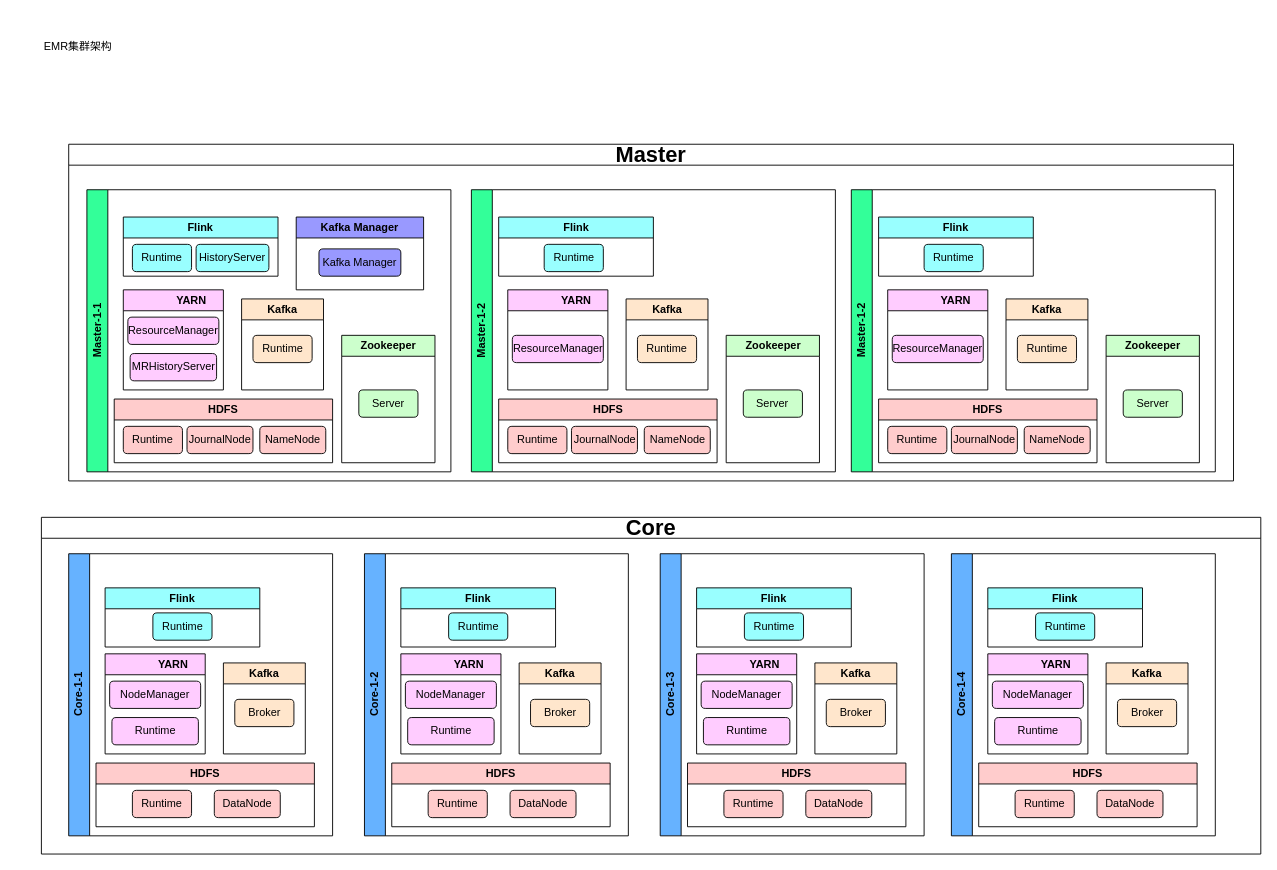
Above: 代码上线流程/EMR集群架构.drawio in JonStarkdu/drawio (draw.io), before the change. Source tidied: cells renumbered, new cells numbered last; positions are measured from the earlier drawing's top-left corner, leaving out a move shared by most shapes. Both pictures are drawn from the tidied source at 91%, with x=0, y=0 at pixel (32, 33).
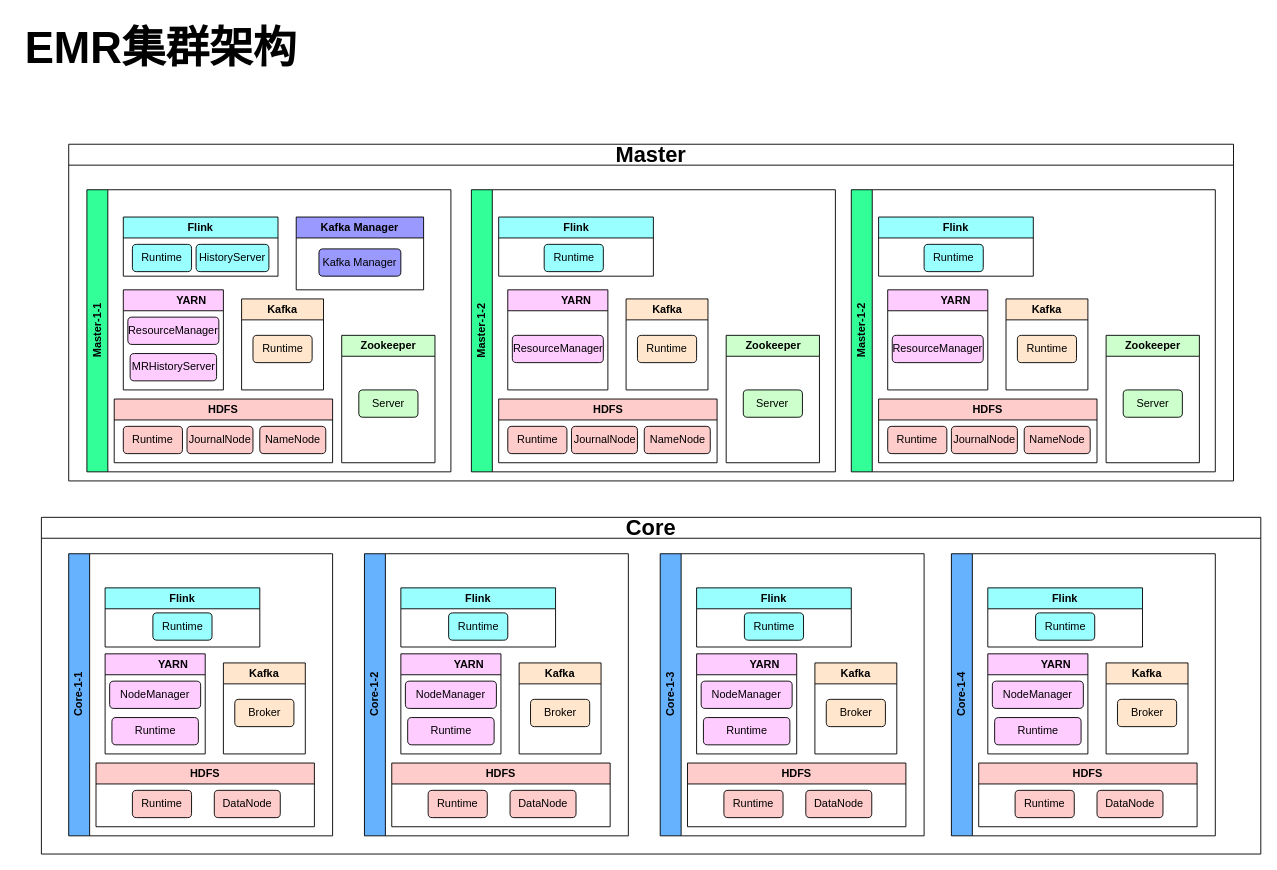
Above is the later version.

Commit message (it also covers changes not shown here):
更新EMR集群架构.drawio

The edit, as a diff of the source:
```diff
@@
-    <mxCell id="91" value="EMR集群架构" style="text;html=1;align=center;verticalAlign=middle;strokeColor=none;fillColor=none;" parent="1" vertex="1">
-      <mxGeometry width="100" height="30" as="geometry" />
+    <mxCell id="91" value="&lt;font style=&quot;font-size: 48px;&quot;&gt;&lt;b&gt;EMR集群架构&lt;/b&gt;&lt;/font&gt;" style="text;html=1;align=center;verticalAlign=middle;strokeColor=none;fillColor=none;" parent="1" vertex="1">
+      <mxGeometry x="-18" y="-19" width="317" height="70" as="geometry" />
     </mxCell>
```
